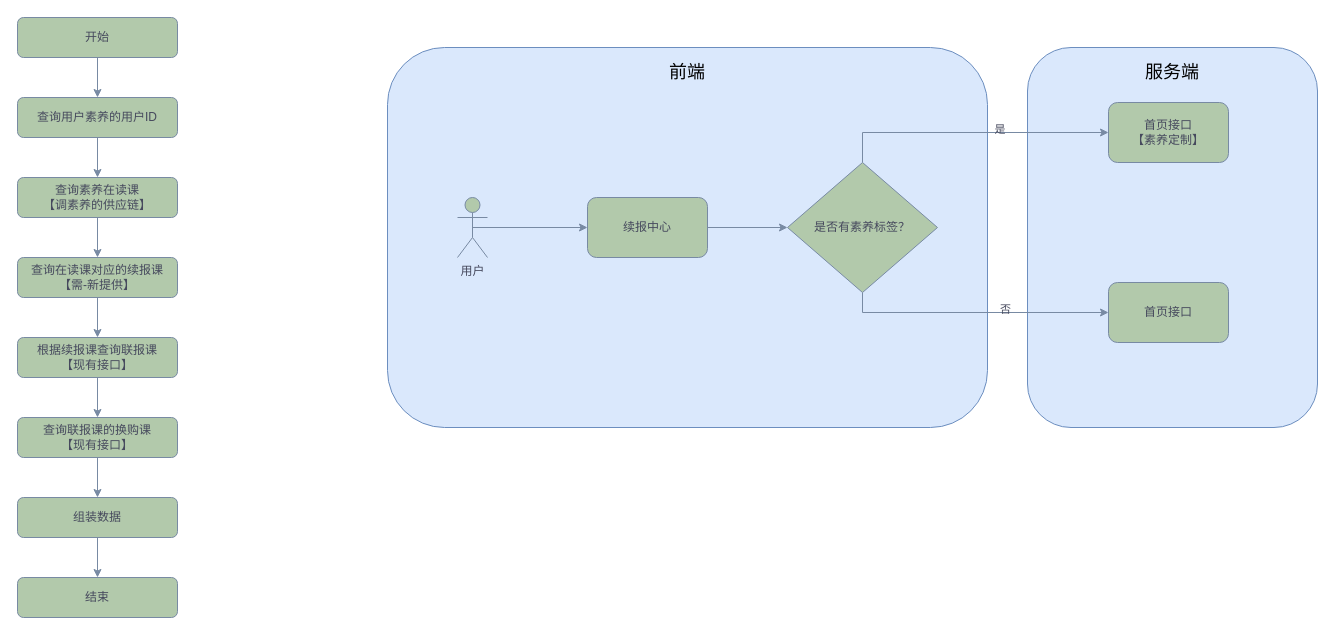
LanSeTianYe/draw keeps this draw.io diagram as xiwang/幼升小.drawio. Above is the earlier version. Source tidied: cells renumbered, new cells numbered last; positions are measured from the earlier drawing's top-left corner, leaving out a move shared by most shapes. Both pictures are drawn from the tidied source at 100%, with x=0, y=0 at pixel (17, 17).
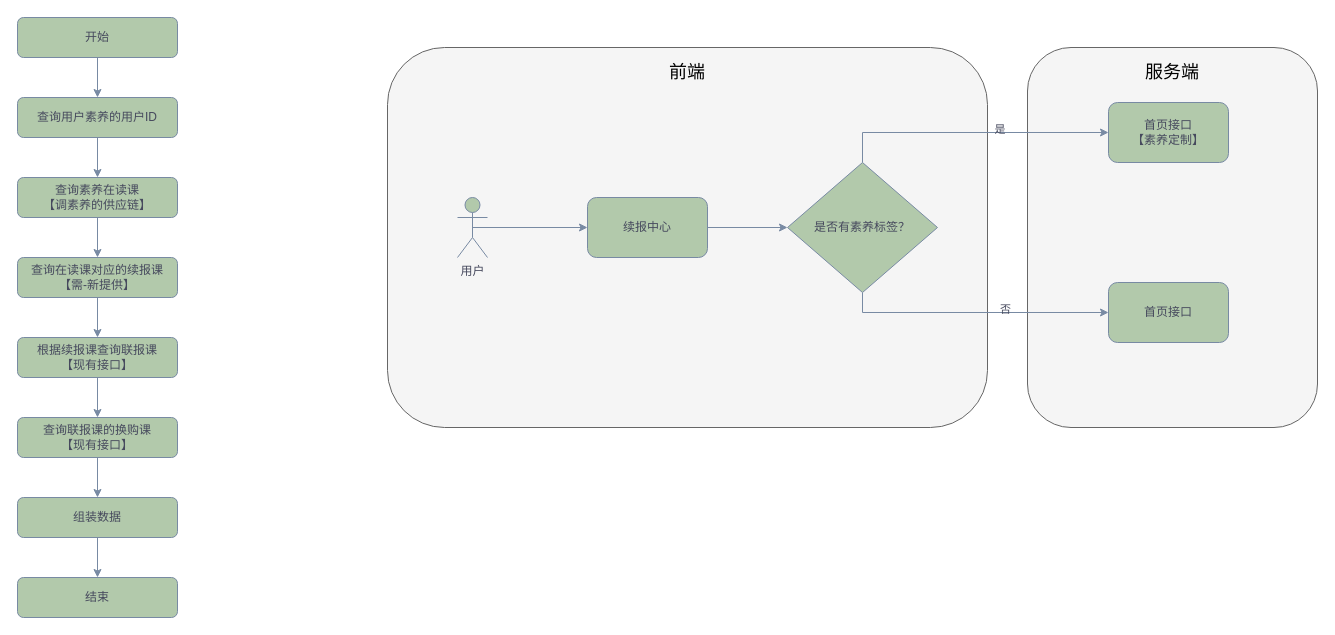
After the change.

Commit message:
更新幼升小.drawio

The edit, as a diff of the source:
```diff
@@
-    <mxCell id="2" style="rounded=1;whiteSpace=wrap;html=1;fillColor=#dae8fc;strokeColor=#6c8ebf;" parent="1" vertex="1">
+    <mxCell id="2" style="rounded=1;whiteSpace=wrap;html=1;fillColor=#f5f5f5;strokeColor=#666666;fontColor=#333333;" parent="1" vertex="1">
       <mxGeometry x="1010" y="30" width="290" height="380" as="geometry" />
     </mxCell>
-    <mxCell id="3" style="rounded=1;whiteSpace=wrap;html=1;fillColor=#dae8fc;strokeColor=#6c8ebf;" parent="1" vertex="1">
+    <mxCell id="3" style="rounded=1;whiteSpace=wrap;html=1;fillColor=#f5f5f5;fontColor=#333333;strokeColor=#666666;" parent="1" vertex="1">
       <mxGeometry x="370" y="30" width="600" height="380" as="geometry" />
     </mxCell>
```
